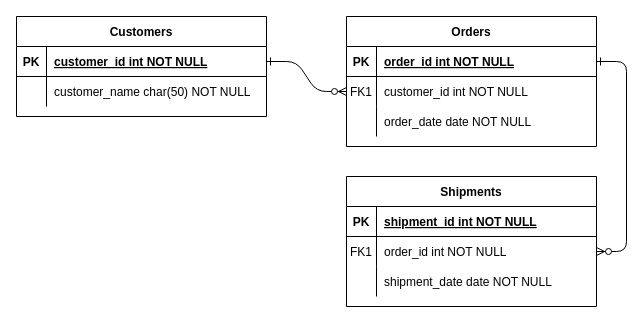
Before: todo-Diagram.drawio in shubham06121999/to-do_docs, a draw.io diagram. Source tidied: cells renumbered, new cells numbered last; positions are measured from the earlier drawing's top-left corner, leaving out a move shared by most shapes. Both pictures are drawn from the tidied source at 100%, with x=0, y=0 at pixel (16, 16).
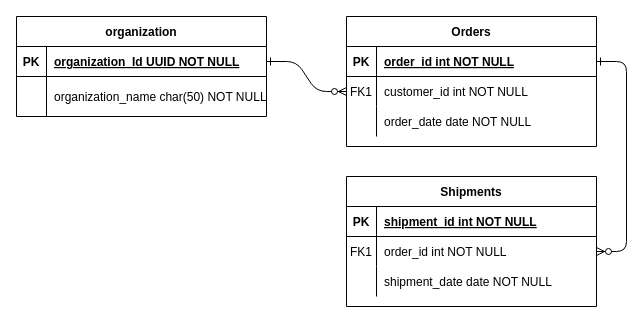
After the change.

Unchanged cells that the change refers to:
```xml
<mxCell id="25" style="shape=partialRectangle;fillColor=none;points=[[0,0.5],[1,0.5]];portConstraint=eastwest;top=0;left=0;right=0;bottom=1;" parent="24" vertex="1">
  <mxGeometry y="30" width="250" height="30" as="geometry" />
</mxCell>
```

Diff of the diagram source:
```diff
@@
-    <mxCell id="24" value="Customers" style="shape=table;startSize=30;childLayout=tableLayout;rowLines=0;fontStyle=1;align=center;" parent="1" vertex="1">
+    <mxCell id="24" value="organization" style="shape=table;startSize=30;childLayout=tableLayout;rowLines=0;fontStyle=1;align=center;" parent="1" vertex="1">
       <mxGeometry width="250" height="100" as="geometry" />
     </mxCell>
@@
-    <mxCell id="27" value="customer_id int NOT NULL " style="shape=partialRectangle;overflow=hidden;fillColor=none;top=0;left=0;bottom=0;right=0;align=left;spacingLeft=6;fontStyle=5;" parent="25" vertex="1">
+    <mxCell id="27" value="organization_Id UUID NOT NULL " style="shape=partialRectangle;overflow=hidden;fillColor=none;top=0;left=0;bottom=0;right=0;align=left;spacingLeft=6;fontStyle=5;" parent="25" vertex="1">
       <mxGeometry x="30" width="220" height="30" as="geometry" />
     </mxCell>
     <mxCell id="28" style="shape=partialRectangle;fillColor=none;top=0;left=0;right=0;bottom=0;" parent="24" vertex="1">
-      <mxGeometry y="60" width="250" height="30" as="geometry" />
+      <mxGeometry y="60" width="250" height="40" as="geometry" />
     </mxCell>
     <mxCell id="29" style="shape=partialRectangle;overflow=hidden;fillColor=none;top=0;left=0;bottom=0;right=0;" parent="28" vertex="1">
-      <mxGeometry width="30" height="30" as="geometry" />
+      <mxGeometry width="30" height="40" as="geometry" />
     </mxCell>
-    <mxCell id="30" value="customer_name char(50) NOT NULL" style="shape=partialRectangle;overflow=hidden;fillColor=none;top=0;left=0;bottom=0;right=0;align=left;spacingLeft=6;" parent="28" vertex="1">
-      <mxGeometry x="30" width="220" height="30" as="geometry" />
+    <mxCell id="30" value="organization_name char(50) NOT NULL" style="shape=partialRectangle;overflow=hidden;fillColor=none;top=0;left=0;bottom=0;right=0;align=left;spacingLeft=6;" parent="28" vertex="1">
+      <mxGeometry x="30" width="220" height="40" as="geometry" />
     </mxCell>
```
